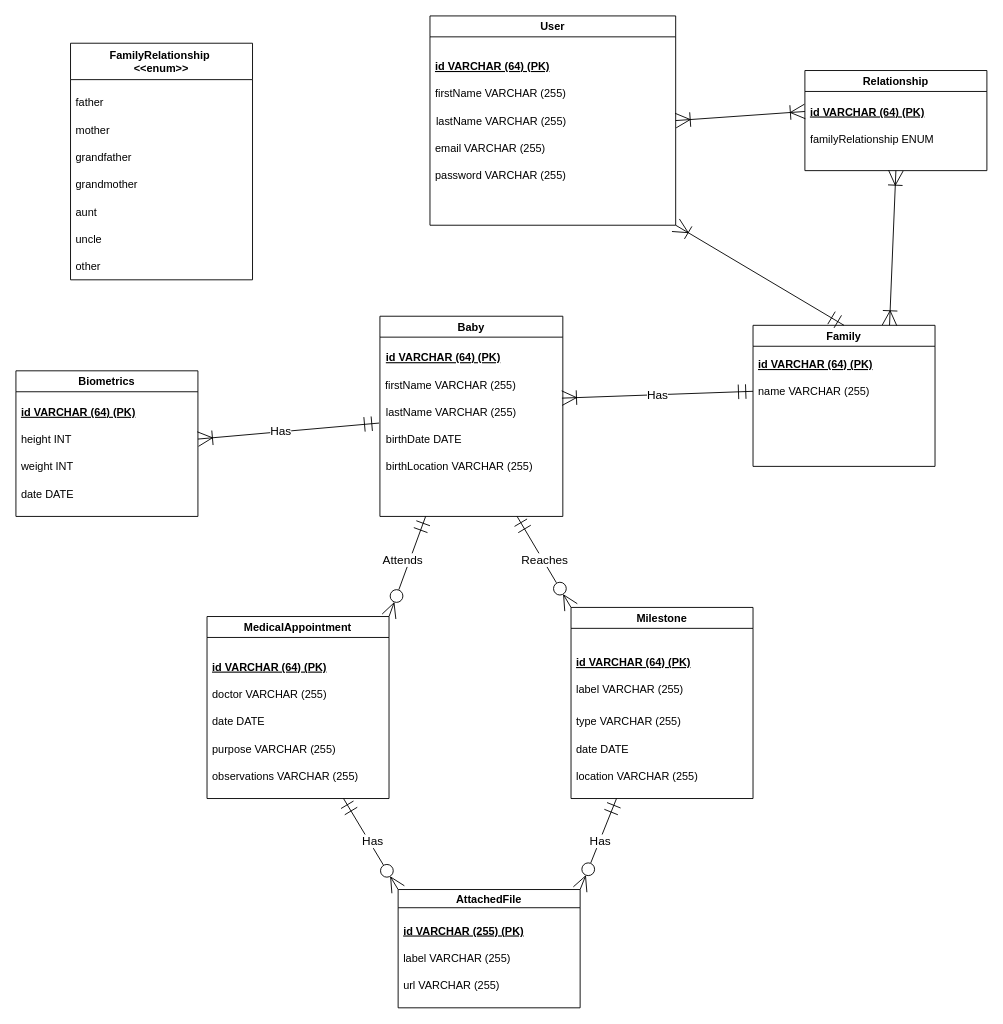
MikeJacquot/BPT-backend keeps this draw.io diagram as diagram/ERD.drawio. Above is the earlier version. Source tidied: cells renumbered, new cells numbered last; positions are measured from the earlier drawing's top-left corner, leaving out a move shared by most shapes. Both pictures are drawn from the tidied source at 91%, with x=0, y=0 at pixel (15, 15).
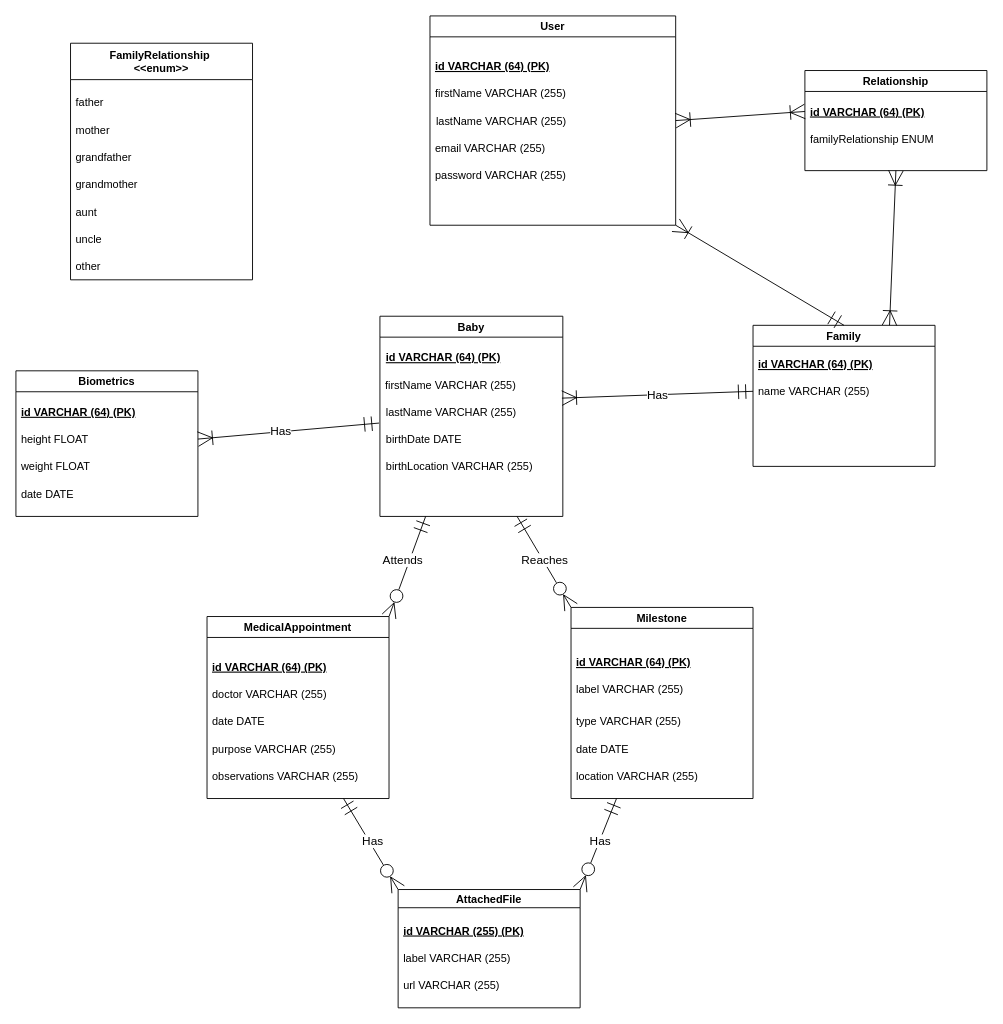
The same page after the edit.

Commit message (it also covers changes not shown here):
[BPT-8] add Biometrics entity (ERD Baby weight and height modified to float type)

The change refers to these unchanged cells:
```xml
<mxCell id="54" value="Biometrics" style="swimlane;" parent="1" vertex="1">
  <mxGeometry y="390" width="200" height="160" as="geometry" />
</mxCell>
```

Diff of the diagram source:
```diff
@@
-    <mxCell id="55" value="height INT" style="text;strokeColor=none;fillColor=none;align=left;verticalAlign=middle;spacingLeft=4;spacingRight=4;overflow=hidden;points=[[0,0.5],[1,0.5]];portConstraint=eastwest;" parent="54" vertex="1">
+    <mxCell id="55" value="height FLOAT" style="text;strokeColor=none;fillColor=none;align=left;verticalAlign=middle;spacingLeft=4;spacingRight=4;overflow=hidden;points=[[0,0.5],[1,0.5]];portConstraint=eastwest;" parent="54" vertex="1">
       <mxGeometry y="60" width="200" height="30" as="geometry" />
     </mxCell>
-    <mxCell id="56" value="weight INT" style="text;strokeColor=none;fillColor=none;align=left;verticalAlign=middle;spacingLeft=4;spacingRight=4;overflow=hidden;" parent="54" vertex="1">
+    <mxCell id="56" value="weight FLOAT" style="text;strokeColor=none;fillColor=none;align=left;verticalAlign=middle;spacingLeft=4;spacingRight=4;overflow=hidden;" parent="54" vertex="1">
       <mxGeometry y="90" width="200" height="30" as="geometry" />
     </mxCell>
```
